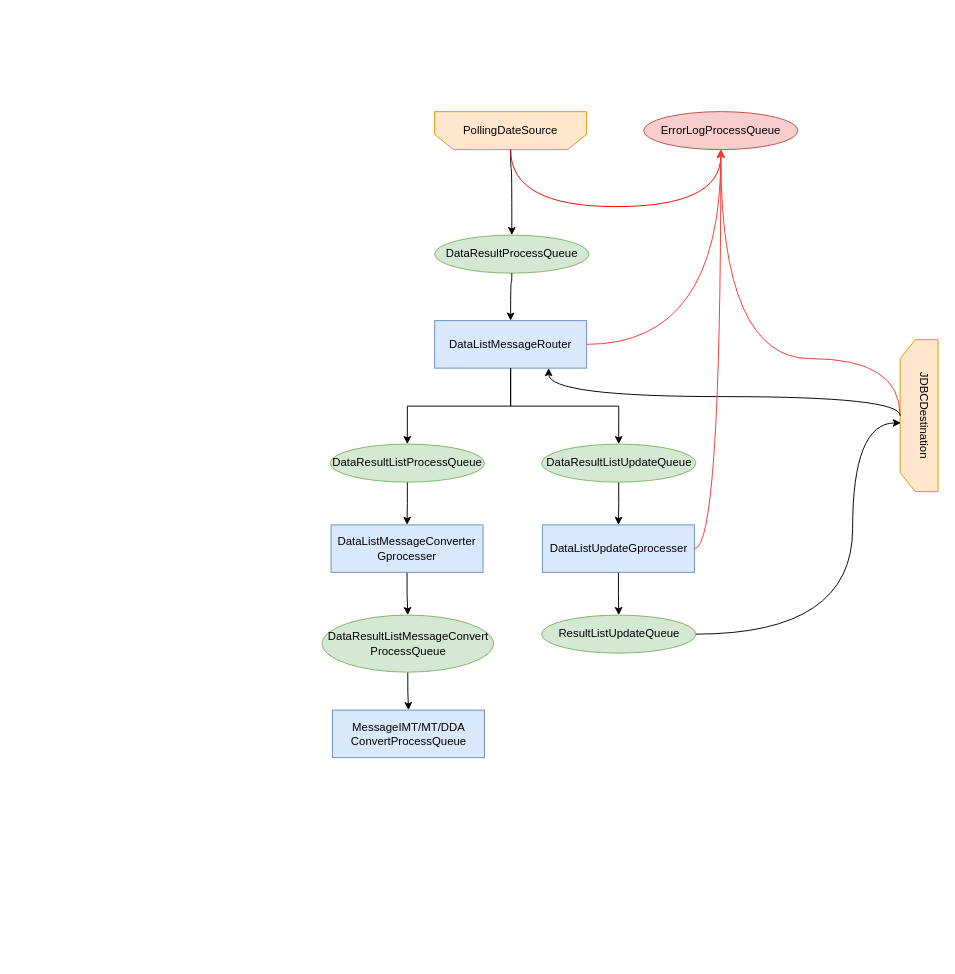
Earlier version of the draw.io diagram page "Page-4" (4 of 4) of NFR_Reliability.drawio (thrivikramarajarao/easy_test_domain). Source tidied: cells renumbered, new cells numbered last; positions are measured from the earlier drawing's top-left corner, leaving out a move shared by most shapes. Both pictures are drawn from the tidied source at 95%, with x=0, y=0 at pixel (322, 111).
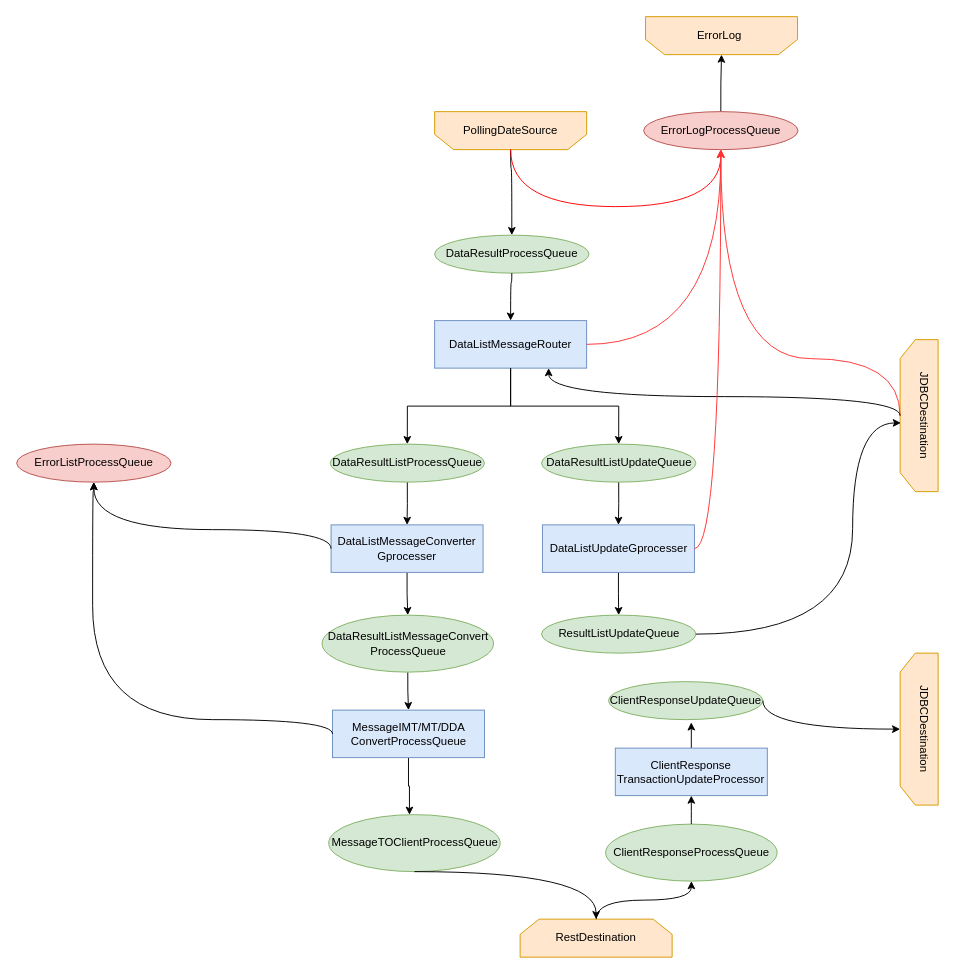
After the change.

The change refers to these unchanged cells:
```xml
<mxCell id="6" value="ErrorLogProcessQueue" style="ellipse;whiteSpace=wrap;html=1;fontSize=12;fillColor=#f8cecc;strokeColor=#b85450;" parent="1" vertex="1">
  <mxGeometry x="338" width="162.5" height="40" as="geometry" />
</mxCell>
<mxCell id="26" value="DataListMessageConverter&lt;br&gt;Gprocesser" style="rounded=0;whiteSpace=wrap;html=1;fontSize=12;fillColor=#dae8fc;strokeColor=#6c8ebf;" parent="1" vertex="1">
  <mxGeometry x="9" y="435" width="160" height="50" as="geometry" />
</mxCell>
<mxCell id="29" value="MessageIMT/MT/DDA ConvertProcessQueue" style="rounded=0;whiteSpace=wrap;html=1;fontSize=12;fillColor=#dae8fc;strokeColor=#6c8ebf;" parent="1" vertex="1">
  <mxGeometry x="10.5" y="630" width="160" height="50" as="geometry" />
</mxCell>
```

What changed in the source:
```diff
@@
+    <mxCell id="31" style="edgeStyle=orthogonalEdgeStyle;rounded=0;jettySize=auto;html=1;entryX=0.5;entryY=0;entryDx=0;entryDy=0;fontSize=12;strokeColor=#000000;" parent="1" edge="1" source="6" target="37">
+      <mxGeometry relative="1" as="geometry" />
+    </mxCell>
@@
+    <mxCell id="32" style="edgeStyle=orthogonalEdgeStyle;rounded=0;jettySize=auto;html=1;entryX=0.471;entryY=0.002;entryDx=0;entryDy=0;entryPerimeter=0;fontSize=12;strokeColor=#000000;" parent="1" edge="1" source="29" target="33">
+      <mxGeometry relative="1" as="geometry" />
+    </mxCell>
@@
+    <mxCell id="33" value="MessageTOClientProcessQueue" style="ellipse;whiteSpace=wrap;html=1;fontSize=12;fillColor=#d5e8d4;strokeColor=#82b366;" parent="1" vertex="1">
+      <mxGeometry x="6.5" y="740" width="180.5" height="60" as="geometry" />
+    </mxCell>
+    <mxCell id="34" style="shape=loopLimit;whiteSpace=wrap;html=1;fontSize=8;rotation=0;fillColor=#ffe6cc;strokeColor=#d79b00;" parent="1" vertex="1">
+      <mxGeometry x="208" y="850" width="160" height="40" as="geometry" />
+    </mxCell>
+    <mxCell id="35" value="RestDestination" style="text;html=1;strokeColor=none;fillColor=none;align=center;verticalAlign=middle;whiteSpace=wrap;rounded=0;rotation=0;" parent="1" vertex="1">
+      <mxGeometry x="213" y="855" width="150" height="30" as="geometry" />
+    </mxCell>
+    <mxCell id="36" style="curved=1;endArrow=classic;html=1;rounded=0;fontSize=12;strokeColor=#000000;edgeStyle=orthogonalEdgeStyle;exitX=0.5;exitY=1;exitDx=0;exitDy=0;entryX=0.5;entryY=0;entryDx=0;entryDy=0;" parent="1" edge="1" source="33" target="34">
+      <mxGeometry relative="1" as="geometry">
+        <Array as="points">
+          <mxPoint x="288" y="800" />
+        </Array>
+      </mxGeometry>
+    </mxCell>
+    <mxCell id="37" style="shape=loopLimit;whiteSpace=wrap;html=1;fontSize=8;rotation=-180;fillColor=#ffe6cc;strokeColor=#d79b00;" parent="1" vertex="1">
+      <mxGeometry x="340" y="-100" width="160" height="40" as="geometry" />
+    </mxCell>
+    <mxCell id="38" value="ErrorLog" style="text;html=1;strokeColor=none;fillColor=none;align=center;verticalAlign=middle;whiteSpace=wrap;rounded=0;" parent="1" vertex="1">
+      <mxGeometry x="343" y="-95" width="150" height="30" as="geometry" />
+    </mxCell>
+    <mxCell id="39" value="ClientResponseProcessQueue" style="ellipse;whiteSpace=wrap;html=1;fontSize=12;fillColor=#d5e8d4;strokeColor=#82b366;" parent="1" vertex="1">
+      <mxGeometry x="298" y="750" width="180.5" height="60" as="geometry" />
+    </mxCell>
+    <mxCell id="40" style="curved=1;endArrow=classic;html=1;rounded=0;fontSize=12;strokeColor=#000000;edgeStyle=orthogonalEdgeStyle;entryX=0.5;entryY=1;entryDx=0;entryDy=0;" parent="1" edge="1" target="39">
+      <mxGeometry relative="1" as="geometry">
+        <mxPoint x="288" y="850" as="sourcePoint" />
+        <Array as="points">
+          <mxPoint x="288" y="830" />
+          <mxPoint x="388" y="830" />
+        </Array>
+      </mxGeometry>
+    </mxCell>
+    <mxCell id="41" style="edgeStyle=orthogonalEdgeStyle;rounded=0;jettySize=auto;html=1;entryX=0.536;entryY=1.073;entryDx=0;entryDy=0;entryPerimeter=0;fontSize=12;strokeColor=#000000;" parent="1" edge="1" source="42" target="44">
+      <mxGeometry relative="1" as="geometry" />
+    </mxCell>
+    <mxCell id="42" value="ClientResponse&lt;br&gt;TransactionUpdateProcessor" style="rounded=0;whiteSpace=wrap;html=1;fontSize=12;fillColor=#dae8fc;strokeColor=#6c8ebf;" parent="1" vertex="1">
+      <mxGeometry x="308.2" y="670" width="160" height="50" as="geometry" />
+    </mxCell>
+    <mxCell id="43" style="curved=1;endArrow=classic;html=1;rounded=0;fontSize=12;strokeColor=#000000;edgeStyle=orthogonalEdgeStyle;entryX=0.5;entryY=1;entryDx=0;entryDy=0;exitX=0.5;exitY=0;exitDx=0;exitDy=0;" parent="1" edge="1" source="39" target="42">
+      <mxGeometry relative="1" as="geometry">
+        <Array as="points">
+          <mxPoint x="388" y="720" />
+          <mxPoint x="388" y="720" />
+        </Array>
+      </mxGeometry>
+    </mxCell>
+    <mxCell id="44" value="ClientResponseUpdateQueue" style="ellipse;whiteSpace=wrap;html=1;fontSize=12;fillColor=#d5e8d4;strokeColor=#82b366;" parent="1" vertex="1">
+      <mxGeometry x="301" y="600" width="162.5" height="40" as="geometry" />
+    </mxCell>
+    <mxCell id="45" style="shape=loopLimit;whiteSpace=wrap;html=1;fontSize=8;rotation=-90;fillColor=#ffe6cc;strokeColor=#d79b00;" parent="1" vertex="1">
+      <mxGeometry x="548" y="630" width="160" height="40" as="geometry" />
+    </mxCell>
+    <mxCell id="46" value="JDBCDestination" style="text;html=1;strokeColor=none;fillColor=none;align=center;verticalAlign=middle;whiteSpace=wrap;rounded=0;rotation=90;" parent="1" vertex="1">
+      <mxGeometry x="558" y="635" width="150" height="30" as="geometry" />
+    </mxCell>
+    <mxCell id="47" style="curved=1;endArrow=classic;html=1;rounded=0;fontSize=12;strokeColor=#000000;edgeStyle=orthogonalEdgeStyle;exitX=1;exitY=0.5;exitDx=0;exitDy=0;entryX=0.5;entryY=0;entryDx=0;entryDy=0;" parent="1" edge="1" source="44" target="45">
+      <mxGeometry relative="1" as="geometry">
+        <Array as="points">
+          <mxPoint x="464" y="650" />
+        </Array>
+      </mxGeometry>
+    </mxCell>
+    <mxCell id="48" value="ErrorListProcessQueue" style="ellipse;whiteSpace=wrap;html=1;fontSize=12;fillColor=#f8cecc;strokeColor=#b85450;" parent="1" vertex="1">
+      <mxGeometry x="-322" y="350" width="162.5" height="40" as="geometry" />
+    </mxCell>
+    <mxCell id="49" style="curved=1;endArrow=classic;html=1;rounded=0;fontSize=12;strokeColor=#000000;edgeStyle=orthogonalEdgeStyle;entryX=0.5;entryY=1;entryDx=0;entryDy=0;exitX=0;exitY=0.5;exitDx=0;exitDy=0;" parent="1" edge="1" source="26" target="48">
+      <mxGeometry relative="1" as="geometry">
+        <Array as="points">
+          <mxPoint x="9" y="440" />
+          <mxPoint x="-241" y="440" />
+        </Array>
+      </mxGeometry>
+    </mxCell>
+    <mxCell id="50" style="curved=1;endArrow=classic;html=1;rounded=0;fontSize=12;strokeColor=#000000;edgeStyle=orthogonalEdgeStyle;exitX=0;exitY=0.5;exitDx=0;exitDy=0;entryX=0.5;entryY=1;entryDx=0;entryDy=0;" parent="1" edge="1" source="29" target="48">
+      <mxGeometry relative="1" as="geometry">
+        <Array as="points">
+          <mxPoint x="11" y="640" />
+          <mxPoint x="-242" y="640" />
+          <mxPoint x="-242" y="400" />
+          <mxPoint x="-241" y="400" />
+        </Array>
+      </mxGeometry>
+    </mxCell>
```
